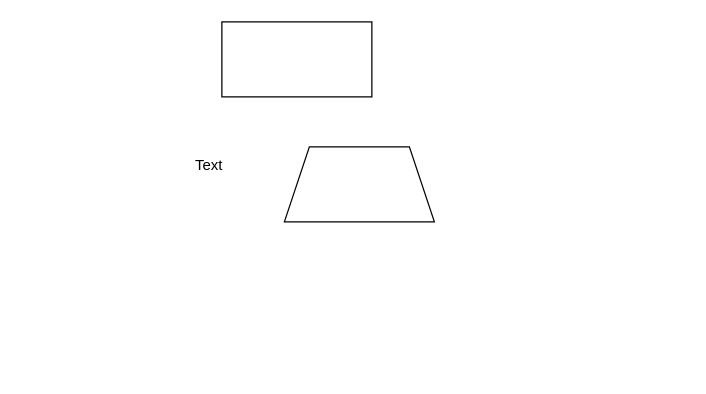
This is views/未命名绘图.drawio from gwozai/ab, a draw.io file, before an edit. Source tidied: cells renumbered, new cells numbered last; positions are measured from the earlier drawing's top-left corner, leaving out a move shared by most shapes. Both pictures are drawn from the tidied source at 125%, with x=0, y=0 at pixel (171, 21).
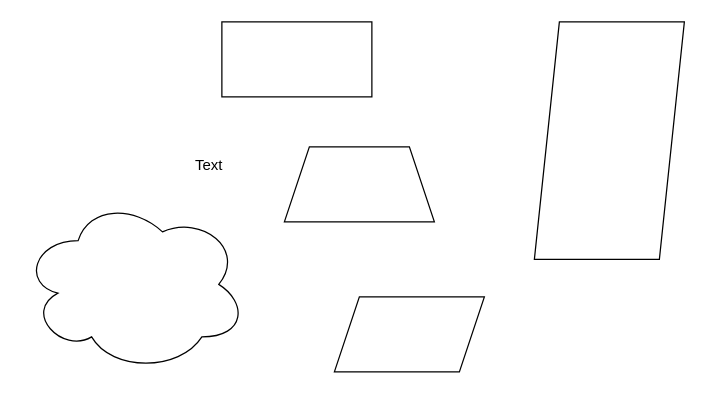
The same diagram, later.

Commit message:
更新未命名绘图.drawio

Diff of the diagram source:
```diff
@@
 <mxGraphModel>
   <root>
     <mxCell id="0" />
     <mxCell id="1" parent="0" />
     <mxCell id="2" value="Text" style="text;html=1;strokeColor=none;fillColor=none;align=center;verticalAlign=middle;whiteSpace=wrap;rounded=0;" parent="1" vertex="1">
       <mxGeometry y="100" width="60" height="30" as="geometry" />
     </mxCell>
     <mxCell id="3" style="rounded=0;whiteSpace=wrap;html=1;" parent="1" vertex="1">
       <mxGeometry x="40" width="120" height="60" as="geometry" />
     </mxCell>
     <mxCell id="4" style="shape=trapezoid;perimeter=trapezoidPerimeter;whiteSpace=wrap;html=1;fixedSize=1;" parent="1" vertex="1">
       <mxGeometry x="90" y="100" width="120" height="60" as="geometry" />
     </mxCell>
+    <mxCell id="5" style="shape=parallelogram;perimeter=parallelogramPerimeter;whiteSpace=wrap;html=1;fixedSize=1;" parent="1" vertex="1">
+      <mxGeometry x="290" width="120" height="190" as="geometry" />
+    </mxCell>
+    <mxCell id="6" style="ellipse;shape=cloud;whiteSpace=wrap;html=1;" parent="1" vertex="1">
+      <mxGeometry x="-120" y="140" width="180" height="140" as="geometry" />
+    </mxCell>
+    <mxCell id="7" style="shape=parallelogram;perimeter=parallelogramPerimeter;whiteSpace=wrap;html=1;fixedSize=1;" parent="1" vertex="1">
+      <mxGeometry x="130" y="220" width="120" height="60" as="geometry" />
+    </mxCell>
   </root>
 </mxGraphModel>
```
